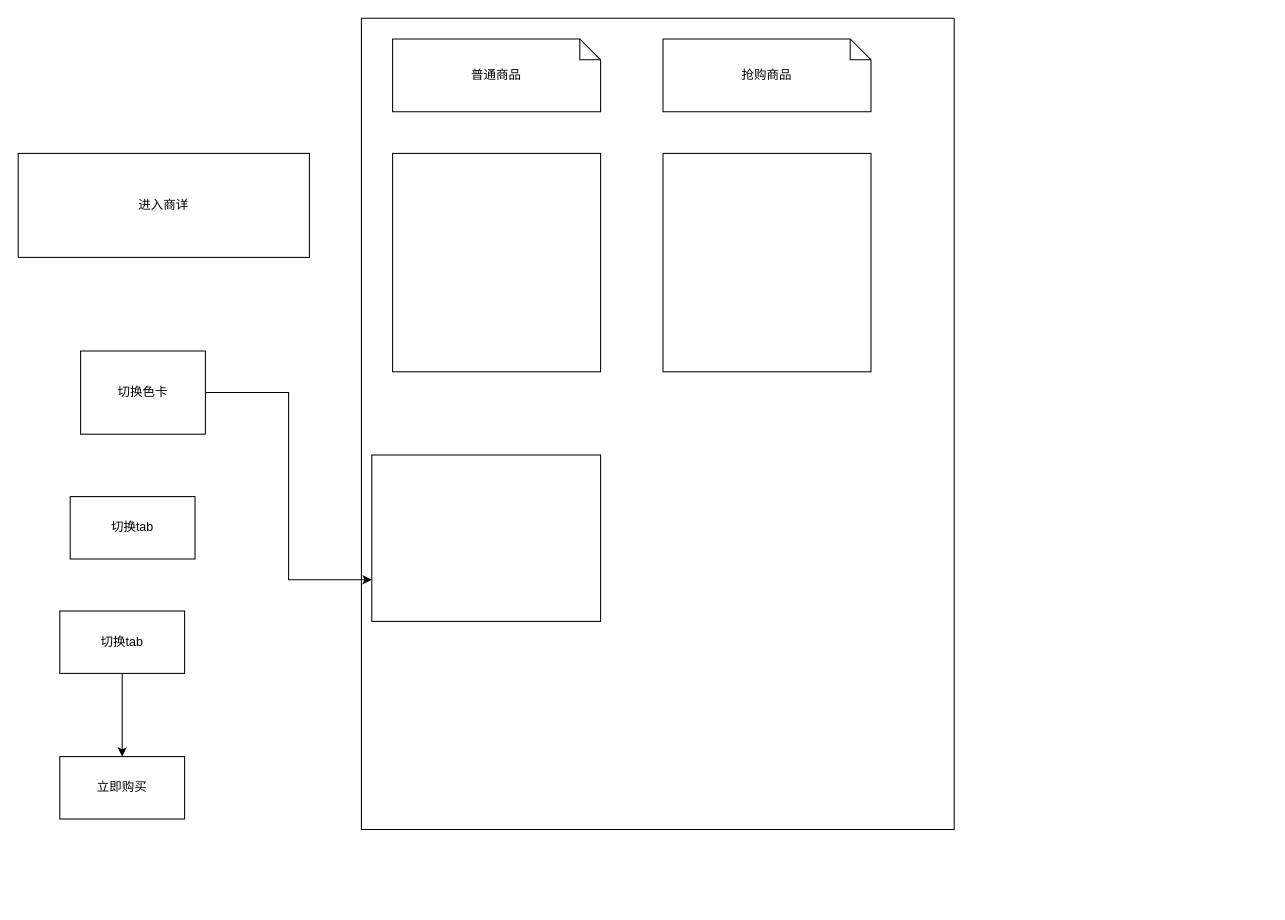
The draw.io diagram Untitled Diagram.drawio in daolinhy/changeCar, before the edit. Source tidied: cells renumbered, new cells numbered last; positions are measured from the earlier drawing's top-left corner, leaving out a move shared by most shapes. Both pictures are drawn from the tidied source at 104%, with x=0, y=0 at pixel (18, 18).
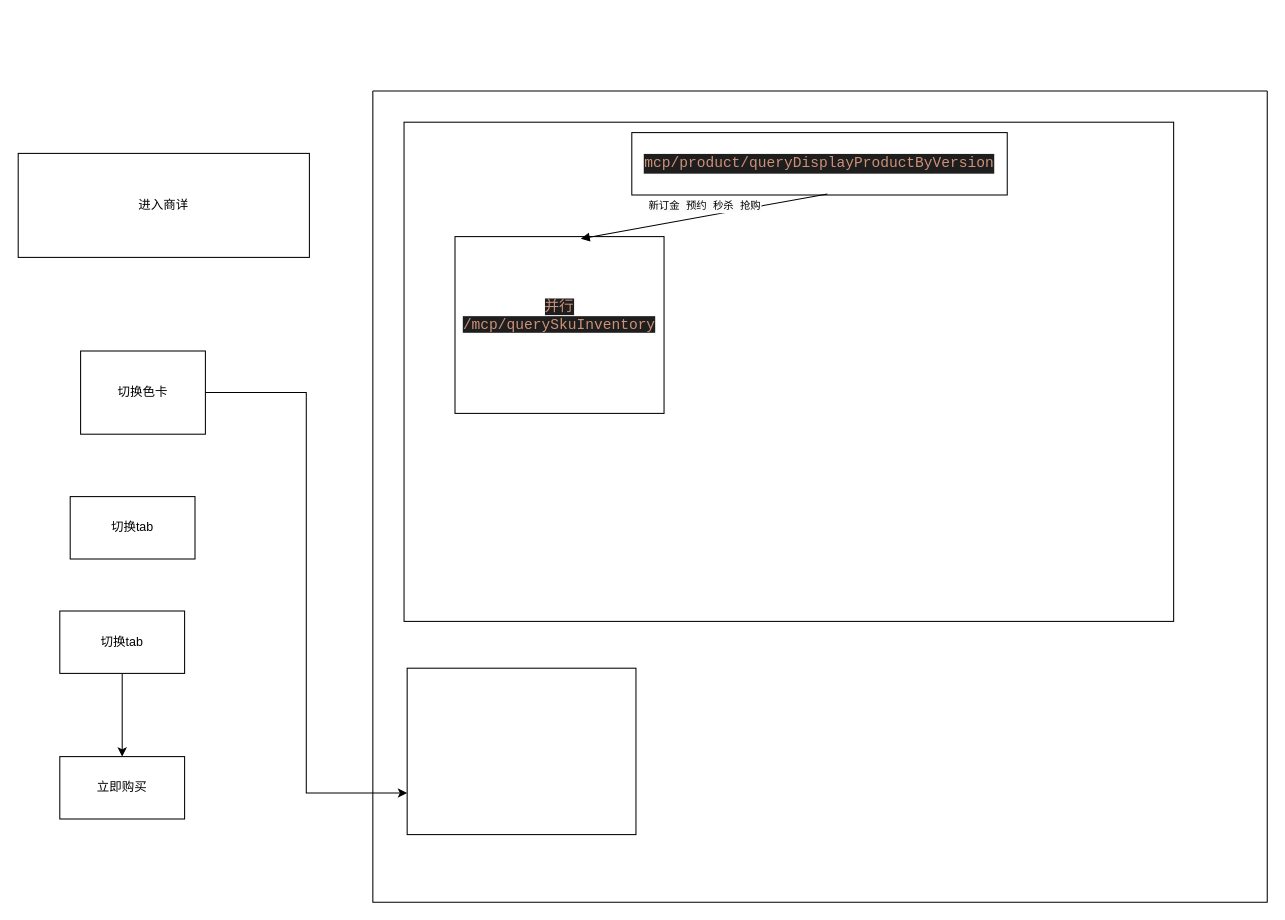
The same page after the edit.

Change to the diagram source:
```diff
@@
 <mxGraphModel>
   <root>
     <mxCell id="0" />
     <mxCell id="1" parent="0" />
     <mxCell id="2" value="进入商详" style="rounded=0;whiteSpace=wrap;html=1;" parent="1" vertex="1">
       <mxGeometry y="130" width="280" height="100" as="geometry" />
     </mxCell>
     <mxCell id="3" style="edgeStyle=orthogonalEdgeStyle;rounded=0;jettySize=auto;html=1;entryX=0;entryY=0.75;entryDx=0;entryDy=0;" parent="1" edge="1" source="4" target="9">
       <mxGeometry relative="1" as="geometry" />
     </mxCell>
     <mxCell id="4" value="切换色卡" style="rounded=0;whiteSpace=wrap;html=1;" parent="1" vertex="1">
       <mxGeometry x="60" y="320" width="120" height="80" as="geometry" />
     </mxCell>
     <mxCell id="5" value="切换tab" style="rounded=0;whiteSpace=wrap;html=1;" parent="1" vertex="1">
       <mxGeometry x="50" y="460" width="120" height="60" as="geometry" />
     </mxCell>
     <mxCell id="6" style="edgeStyle=orthogonalEdgeStyle;rounded=0;jettySize=auto;html=1;" parent="1" edge="1" source="7" target="14">
       <mxGeometry relative="1" as="geometry" />
     </mxCell>
     <mxCell id="7" value="切换tab" style="rounded=0;whiteSpace=wrap;html=1;" parent="1" vertex="1">
       <mxGeometry x="40" y="570" width="120" height="60" as="geometry" />
     </mxCell>
     <mxCell id="8" style="swimlane;startSize=0;" parent="1" vertex="1">
-      <mxGeometry x="330" width="570" height="780" as="geometry" />
+      <mxGeometry x="341" y="70" width="860" height="780" as="geometry" />
     </mxCell>
     <mxCell id="9" style="rounded=0;whiteSpace=wrap;html=1;" parent="8" vertex="1">
-      <mxGeometry x="10" y="420" width="220" height="160" as="geometry" />
+      <mxGeometry x="33" y="555" width="220" height="160" as="geometry" />
     </mxCell>
-    <mxCell id="10" style="rounded=0;whiteSpace=wrap;html=1;" parent="8" vertex="1">
-      <mxGeometry x="30" y="130" width="200" height="210" as="geometry" />
+    <mxCell id="10" value="&lt;div style=&quot;font-family: Consolas, &amp;quot;Courier New&amp;quot;, monospace; font-size: 14px; line-height: 19px; white-space: pre;&quot;&gt;&lt;br&gt;&lt;/div&gt;" style="rounded=0;whiteSpace=wrap;html=1;" parent="8" vertex="1">
+      <mxGeometry x="30" y="30" width="740" height="480" as="geometry" />
     </mxCell>
-    <mxCell id="11" value="普通商品" style="shape=note;size=20;whiteSpace=wrap;html=1;" parent="8" vertex="1">
-      <mxGeometry x="30" y="20" width="200" height="70" as="geometry" />
-    </mxCell>
-    <mxCell id="12" value="抢购商品" style="shape=note;size=20;whiteSpace=wrap;html=1;" parent="8" vertex="1">
-      <mxGeometry x="290" y="20" width="200" height="70" as="geometry" />
-    </mxCell>
-    <mxCell id="13" style="rounded=0;whiteSpace=wrap;html=1;" parent="8" vertex="1">
-      <mxGeometry x="290" y="130" width="200" height="210" as="geometry" />
-    </mxCell>
+    <mxCell id="15" value="&lt;div style=&quot;color: rgb(212, 212, 212); background-color: rgb(30, 30, 30); font-family: Consolas, &amp;quot;Courier New&amp;quot;, monospace; font-size: 14px; line-height: 19px; white-space: pre;&quot;&gt;&lt;span style=&quot;color: #ce9178;&quot;&gt;mcp/product/queryDisplayProductByVersion&lt;/span&gt;&lt;/div&gt;" style="rounded=0;whiteSpace=wrap;html=1;" parent="8" vertex="1">
+      <mxGeometry x="249" y="40" width="361" height="60" as="geometry" />
+    </mxCell>
+    <mxCell id="16" value="&lt;div&gt;&lt;span style=&quot;color: rgb(206, 145, 120); font-family: Consolas, &amp;quot;Courier New&amp;quot;, monospace; font-size: 14px; white-space: pre; background-color: rgb(30, 30, 30);&quot;&gt;并行&lt;/span&gt;&lt;/div&gt;&lt;span style=&quot;color: rgb(206, 145, 120); font-family: Consolas, &amp;quot;Courier New&amp;quot;, monospace; font-size: 14px; white-space: pre; background-color: rgb(30, 30, 30);&quot;&gt;/mcp/querySkuInventory&lt;/span&gt;&lt;div&gt;&lt;span style=&quot;color: rgb(206, 145, 120); font-family: Consolas, &amp;quot;Courier New&amp;quot;, monospace; font-size: 14px; white-space: pre; background-color: rgb(30, 30, 30);&quot;&gt;&lt;br&gt;&lt;/span&gt;&lt;/div&gt;" style="rounded=0;whiteSpace=wrap;html=1;" parent="8" vertex="1">
+      <mxGeometry x="79" y="140" width="201" height="170" as="geometry" />
+    </mxCell>
+    <mxCell id="17" value="&lt;span style=&quot;font-family: Consolas, &amp;quot;Courier New&amp;quot;, monospace; white-space-collapse: preserve; background-color: rgb(251, 251, 251);&quot;&gt;&lt;font style=&quot;font-size: 10px;&quot;&gt;新订金 预约 秒杀 抢购&lt;/font&gt;&lt;/span&gt;" style="html=1;verticalAlign=bottom;endArrow=block;curved=0;rounded=0;entryX=0.602;entryY=0.012;entryDx=0;entryDy=0;entryPerimeter=0;exitX=0.521;exitY=0.983;exitDx=0;exitDy=0;exitPerimeter=0;" parent="8" edge="1" source="15" target="16">
+      <mxGeometry relative="1" as="geometry" />
+    </mxCell>
     <mxCell id="14" value="立即购买" style="rounded=0;whiteSpace=wrap;html=1;" parent="1" vertex="1">
       <mxGeometry x="40" y="710" width="120" height="60" as="geometry" />
     </mxCell>
   </root>
 </mxGraphModel>
```
